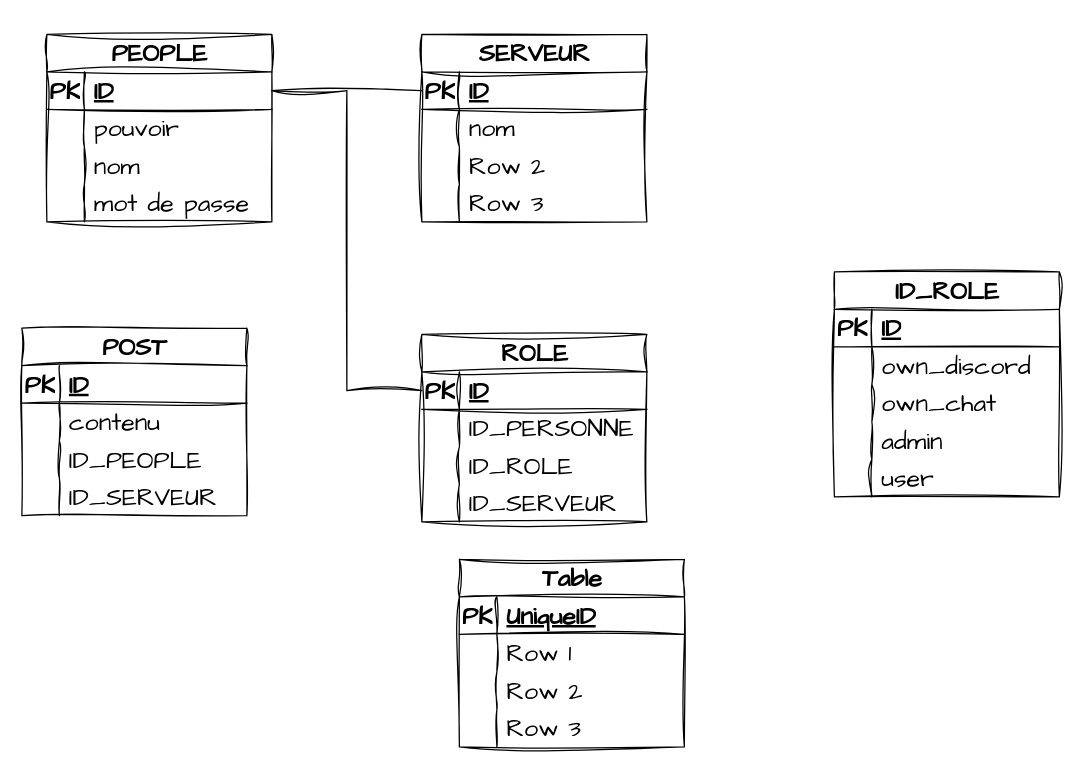
Above: mitsu.drawio in vsilvanska/mitsu_projet (draw.io), before the change. Source tidied: cells renumbered, new cells numbered last; positions are measured from the earlier drawing's top-left corner, leaving out a move shared by most shapes. Both pictures are drawn from the tidied source at 125%, with x=0, y=0 at pixel (21, 34).
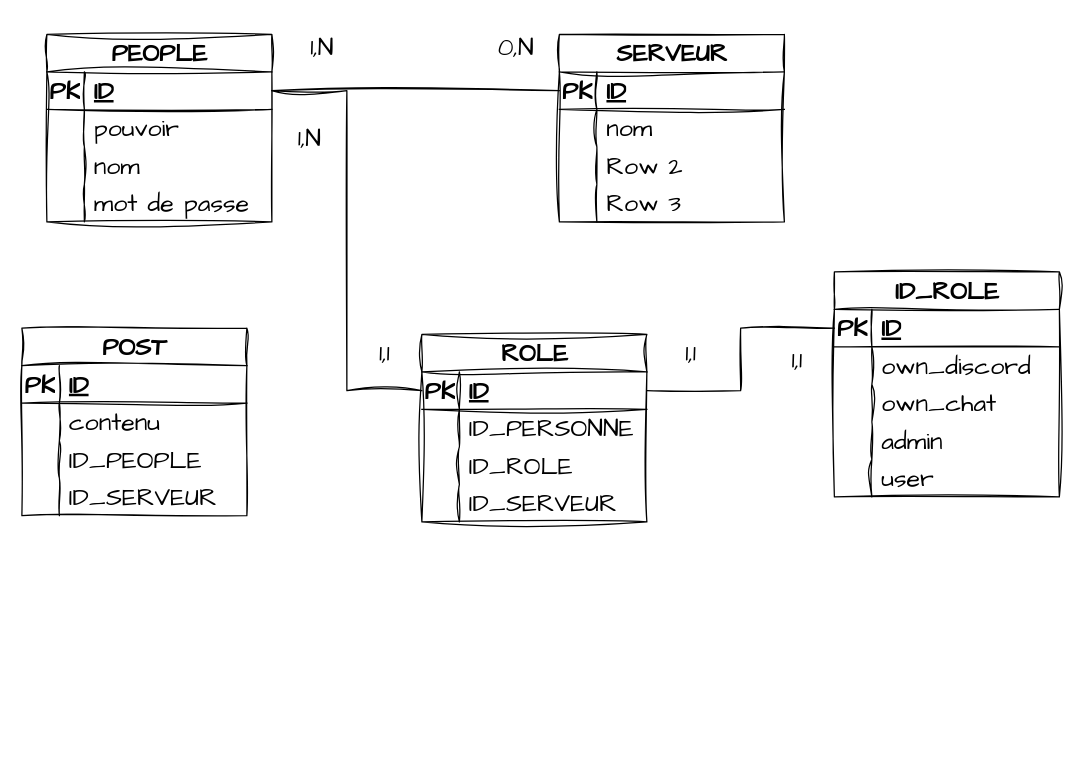
The same page after the edit.

Commit message (it also covers changes not shown here):
Mettre à jour mitsu.drawio

Unchanged cells that the change refers to:
```xml
<mxCell id="16" style="shape=tableRow;horizontal=0;startSize=0;swimlaneHead=0;swimlaneBody=0;fillColor=none;points=[[0,0.5],[1,0.5]];portConstraint=eastwest;top=0;left=0;right=0;bottom=1;sketch=1;hachureGap=4;jiggle=2;curveFitting=1;fontFamily=Architects Daughter;fontSize=20;" parent="15" vertex="1">
  <mxGeometry y="30" width="180" height="30" as="geometry" />
</mxCell>
<mxCell id="29" style="shape=tableRow;horizontal=0;startSize=0;swimlaneHead=0;swimlaneBody=0;fillColor=none;points=[[0,0.5],[1,0.5]];portConstraint=eastwest;top=0;left=0;right=0;bottom=1;sketch=1;hachureGap=4;jiggle=2;curveFitting=1;fontFamily=Architects Daughter;fontSize=20;" parent="28" vertex="1">
  <mxGeometry y="30" width="180" height="30" as="geometry" />
</mxCell>
```

What changed in the source:
```diff
@@
-    <mxCell id="44" value="Table" style="shape=table;startSize=30;childLayout=tableLayout;rowLines=0;fontStyle=1;align=center;html=1;sketch=1;hachureGap=4;jiggle=2;curveFitting=1;fontFamily=Architects Daughter;fontSize=20;" parent="1" vertex="1">
-      <mxGeometry x="350" y="420" width="180" height="150" as="geometry" />
-    </mxCell>
-    <mxCell id="45" style="shape=tableRow;horizontal=0;startSize=0;swimlaneHead=0;swimlaneBody=0;fillColor=none;top=0;left=0;right=0;bottom=1;sketch=1;hachureGap=4;jiggle=2;curveFitting=1;fontFamily=Architects Daughter;fontSize=20;" parent="44" vertex="1">
-      <mxGeometry y="30" width="180" height="30" as="geometry" />
-    </mxCell>
-    <mxCell id="46" value="PK" style="shape=partialRectangle;fillColor=none;top=0;left=0;bottom=0;right=0;fontStyle=1;overflow=hidden;whiteSpace=wrap;html=1;sketch=1;hachureGap=4;jiggle=2;curveFitting=1;fontFamily=Architects Daughter;fontSize=20;" parent="45" vertex="1">
-      <mxGeometry width="30" height="30" as="geometry" />
-    </mxCell>
-    <mxCell id="47" value="UniqueID" style="shape=partialRectangle;fillColor=none;top=0;left=0;bottom=0;right=0;align=left;spacingLeft=6;fontStyle=5;overflow=hidden;whiteSpace=wrap;html=1;sketch=1;hachureGap=4;jiggle=2;curveFitting=1;fontFamily=Architects Daughter;fontSize=20;" parent="45" vertex="1">
-      <mxGeometry x="30" width="150" height="30" as="geometry" />
-    </mxCell>
-    <mxCell id="48" style="shape=tableRow;horizontal=0;startSize=0;swimlaneHead=0;swimlaneBody=0;fillColor=none;top=0;left=0;right=0;bottom=0;sketch=1;hachureGap=4;jiggle=2;curveFitting=1;fontFamily=Architects Daughter;fontSize=20;" parent="44" vertex="1">
-      <mxGeometry y="60" width="180" height="30" as="geometry" />
-    </mxCell>
-    <mxCell id="49" style="shape=partialRectangle;fillColor=none;top=0;left=0;bottom=0;right=0;overflow=hidden;whiteSpace=wrap;html=1;sketch=1;hachureGap=4;jiggle=2;curveFitting=1;fontFamily=Architects Daughter;fontSize=20;" parent="48" vertex="1">
-      <mxGeometry width="30" height="30" as="geometry" />
-    </mxCell>
-    <mxCell id="50" value="Row 1" style="shape=partialRectangle;fillColor=none;top=0;left=0;bottom=0;right=0;align=left;spacingLeft=6;overflow=hidden;whiteSpace=wrap;html=1;sketch=1;hachureGap=4;jiggle=2;curveFitting=1;fontFamily=Architects Daughter;fontSize=20;" parent="48" vertex="1">
-      <mxGeometry x="30" width="150" height="30" as="geometry" />
-    </mxCell>
-    <mxCell id="51" style="shape=tableRow;horizontal=0;startSize=0;swimlaneHead=0;swimlaneBody=0;fillColor=none;top=0;left=0;right=0;bottom=0;sketch=1;hachureGap=4;jiggle=2;curveFitting=1;fontFamily=Architects Daughter;fontSize=20;" parent="44" vertex="1">
-      <mxGeometry y="90" width="180" height="30" as="geometry" />
-    </mxCell>
-    <mxCell id="52" style="shape=partialRectangle;fillColor=none;top=0;left=0;bottom=0;right=0;overflow=hidden;whiteSpace=wrap;html=1;sketch=1;hachureGap=4;jiggle=2;curveFitting=1;fontFamily=Architects Daughter;fontSize=20;" parent="51" vertex="1">
-      <mxGeometry width="30" height="30" as="geometry" />
-    </mxCell>
-    <mxCell id="53" value="Row 2" style="shape=partialRectangle;fillColor=none;top=0;left=0;bottom=0;right=0;align=left;spacingLeft=6;overflow=hidden;whiteSpace=wrap;html=1;sketch=1;hachureGap=4;jiggle=2;curveFitting=1;fontFamily=Architects Daughter;fontSize=20;" parent="51" vertex="1">
-      <mxGeometry x="30" width="150" height="30" as="geometry" />
-    </mxCell>
-    <mxCell id="54" style="shape=tableRow;horizontal=0;startSize=0;swimlaneHead=0;swimlaneBody=0;fillColor=none;top=0;left=0;right=0;bottom=0;sketch=1;hachureGap=4;jiggle=2;curveFitting=1;fontFamily=Architects Daughter;fontSize=20;" parent="44" vertex="1">
-      <mxGeometry y="120" width="180" height="30" as="geometry" />
-    </mxCell>
-    <mxCell id="55" style="shape=partialRectangle;fillColor=none;top=0;left=0;bottom=0;right=0;overflow=hidden;whiteSpace=wrap;html=1;sketch=1;hachureGap=4;jiggle=2;curveFitting=1;fontFamily=Architects Daughter;fontSize=20;" parent="54" vertex="1">
-      <mxGeometry width="30" height="30" as="geometry" />
-    </mxCell>
-    <mxCell id="56" value="Row 3" style="shape=partialRectangle;fillColor=none;top=0;left=0;bottom=0;right=0;align=left;spacingLeft=6;overflow=hidden;whiteSpace=wrap;html=1;sketch=1;hachureGap=4;jiggle=2;curveFitting=1;fontFamily=Architects Daughter;fontSize=20;" parent="54" vertex="1">
-      <mxGeometry x="30" width="150" height="30" as="geometry" />
-    </mxCell>
@@
     <mxCell id="70" value="SERVEUR" style="shape=table;startSize=30;childLayout=tableLayout;rowLines=0;fontStyle=1;align=center;html=1;sketch=1;hachureGap=4;jiggle=2;curveFitting=1;fontFamily=Architects Daughter;fontSize=20;" parent="1" vertex="1">
-      <mxGeometry x="320" width="180" height="150" as="geometry" />
+      <mxGeometry x="430" width="180" height="150" as="geometry" />
     </mxCell>
@@
+    <mxCell id="85" style="edgeStyle=orthogonalEdgeStyle;rounded=0;sketch=1;hachureGap=4;jiggle=2;curveFitting=1;jettySize=auto;html=1;exitX=1;exitY=0.5;exitDx=0;exitDy=0;entryX=0;entryY=0.5;entryDx=0;entryDy=0;fontFamily=Architects Daughter;fontSize=16;endArrow=none;endFill=0;" parent="1" edge="1" source="16" target="29">
+      <mxGeometry relative="1" as="geometry" />
+    </mxCell>
+    <mxCell id="86" value="0,N" style="text;html=1;align=center;verticalAlign=middle;strokeColor=none;fillColor=none;fontSize=20;fontFamily=Architects Daughter;" parent="1" vertex="1">
+      <mxGeometry x="370" y="-10" width="50" height="40" as="geometry" />
+    </mxCell>
+    <mxCell id="87" value="1,N" style="text;html=1;align=center;verticalAlign=middle;strokeColor=none;fillColor=none;fontSize=20;fontFamily=Architects Daughter;" parent="1" vertex="1">
+      <mxGeometry x="220" y="-10" width="40" height="40" as="geometry" />
+    </mxCell>
+    <mxCell id="88" value="1,N" style="text;html=1;align=center;verticalAlign=middle;strokeColor=none;fillColor=none;fontSize=20;fontFamily=Architects Daughter;" parent="1" vertex="1">
+      <mxGeometry x="210" y="63" width="40" height="40" as="geometry" />
+    </mxCell>
+    <mxCell id="89" value="1,1" style="text;html=1;align=center;verticalAlign=middle;strokeColor=none;fillColor=none;fontSize=20;fontFamily=Architects Daughter;" parent="1" vertex="1">
+      <mxGeometry x="275" y="235" width="30" height="40" as="geometry" />
+    </mxCell>
+    <mxCell id="90" value="1,1" style="text;html=1;align=center;verticalAlign=middle;strokeColor=none;fillColor=none;fontSize=20;fontFamily=Architects Daughter;" parent="1" vertex="1">
+      <mxGeometry x="605" y="240" width="30" height="40" as="geometry" />
+    </mxCell>
+    <mxCell id="91" value="1,1" style="text;html=1;align=center;verticalAlign=middle;strokeColor=none;fillColor=none;fontSize=20;fontFamily=Architects Daughter;" parent="1" vertex="1">
+      <mxGeometry x="520" y="235" width="30" height="40" as="geometry" />
+    </mxCell>
```
